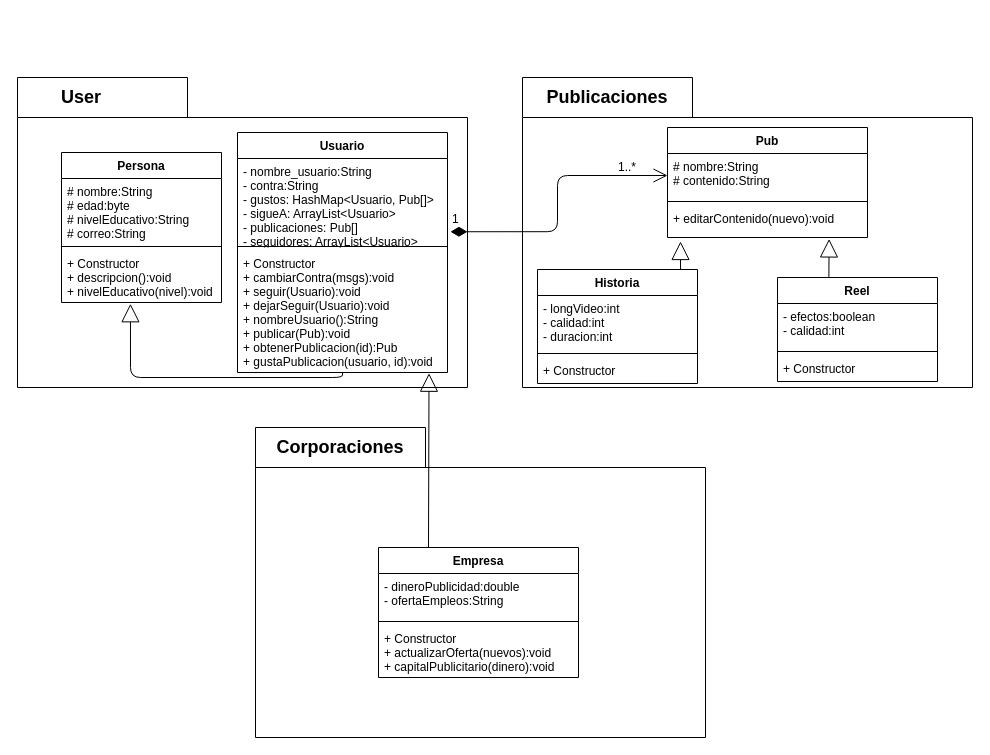
The draw.io diagram Retos/Reto4/TikzTak.drawio in jdarguello/Ciclo2_Java, before the edit. Source tidied: cells renumbered, new cells numbered last; positions are measured from the earlier drawing's top-left corner, leaving out a move shared by most shapes. Both pictures are drawn from the tidied source at 100%, with x=0, y=0 at pixel (17, 77).
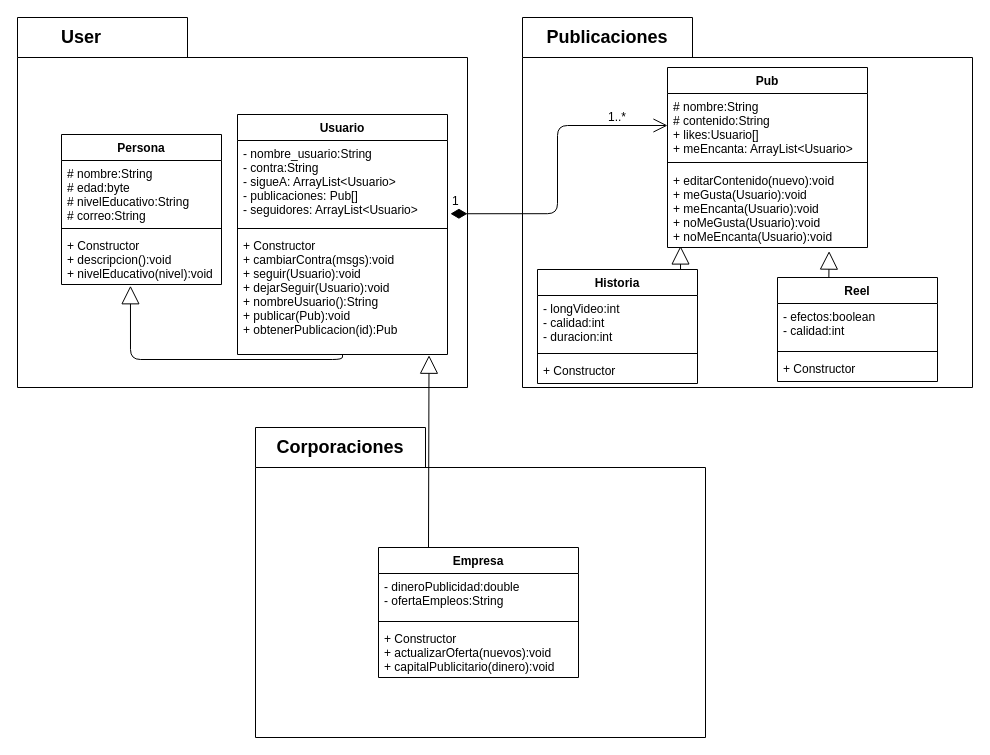
After the change.

Unchanged cells that the change refers to:
```xml
<mxCell id="6" value="+ Constructor&#10;+ descripcion():void&#10;+ nivelEducativo(nivel):void&#10;" style="text;strokeColor=none;fillColor=none;align=left;verticalAlign=top;spacingLeft=4;spacingRight=4;overflow=hidden;points=[[0,0.5],[1,0.5]];portConstraint=eastwest;" parent="3" vertex="1">
  <mxGeometry y="98" width="160" height="52" as="geometry" />
</mxCell>
<mxCell id="22" value="Historia" style="swimlane;fontStyle=1;align=center;verticalAlign=top;horizontal=1;startSize=26;fontSize=12;" parent="1" vertex="1">
  <mxGeometry x="520" y="192" width="160" height="114" as="geometry" />
</mxCell>
```

Change to the diagram source:
```diff
@@
     <mxCell id="2" style="shape=folder;fontStyle=1;spacingTop=10;tabWidth=170;tabHeight=40;tabPosition=left;html=1;" parent="1" vertex="1">
-      <mxGeometry width="450" height="310" as="geometry" />
+      <mxGeometry y="-60" width="450" height="370" as="geometry" />
     </mxCell>
     <mxCell id="3" value="Persona" style="swimlane;fontStyle=1;align=center;verticalAlign=top;horizontal=1;startSize=26;" parent="1" vertex="1">
-      <mxGeometry x="44" y="75" width="160" height="150" as="geometry" />
+      <mxGeometry x="44" y="57" width="160" height="150" as="geometry" />
     </mxCell>
@@
     <mxCell id="7" value="Usuario" style="swimlane;fontStyle=1;align=center;verticalAlign=top;horizontal=1;startSize=26;" parent="1" vertex="1">
-      <mxGeometry x="220" y="55" width="210" height="240" as="geometry" />
+      <mxGeometry x="220" y="37" width="210" height="240" as="geometry" />
     </mxCell>
-    <mxCell id="8" value="- nombre_usuario:String&#10;- contra:String&#10;- gustos: HashMap&lt;Usuario, Pub[]&gt;&#10;- sigueA: ArrayList&lt;Usuario&gt;&#10;- publicaciones: Pub[]&#10;- seguidores: ArrayList&lt;Usuario&gt;&#10;&#10;&#10;" style="text;strokeColor=none;fillColor=none;align=left;verticalAlign=top;spacingLeft=4;spacingRight=4;overflow=hidden;points=[[0,0.5],[1,0.5]];portConstraint=eastwest;" parent="7" vertex="1">
+    <mxCell id="8" value="- nombre_usuario:String&#10;- contra:String&#10;- sigueA: ArrayList&lt;Usuario&gt;&#10;- publicaciones: Pub[]&#10;- seguidores: ArrayList&lt;Usuario&gt;&#10;&#10;&#10;" style="text;strokeColor=none;fillColor=none;align=left;verticalAlign=top;spacingLeft=4;spacingRight=4;overflow=hidden;points=[[0,0.5],[1,0.5]];portConstraint=eastwest;" parent="7" vertex="1">
       <mxGeometry y="26" width="210" height="84" as="geometry" />
     </mxCell>
@@
-    <mxCell id="10" value="+ Constructor&#10;+ cambiarContra(msgs):void&#10;+ seguir(Usuario):void&#10;+ dejarSeguir(Usuario):void&#10;+ nombreUsuario():String&#10;+ publicar(Pub):void&#10;+ obtenerPublicacion(id):Pub&#10;+ gustaPublicacion(usuario, id):void&#10;" style="text;strokeColor=none;fillColor=none;align=left;verticalAlign=top;spacingLeft=4;spacingRight=4;overflow=hidden;points=[[0,0.5],[1,0.5]];portConstraint=eastwest;" parent="7" vertex="1">
+    <mxCell id="10" value="+ Constructor&#10;+ cambiarContra(msgs):void&#10;+ seguir(Usuario):void&#10;+ dejarSeguir(Usuario):void&#10;+ nombreUsuario():String&#10;+ publicar(Pub):void&#10;+ obtenerPublicacion(id):Pub&#10;" style="text;strokeColor=none;fillColor=none;align=left;verticalAlign=top;spacingLeft=4;spacingRight=4;overflow=hidden;points=[[0,0.5],[1,0.5]];portConstraint=eastwest;" parent="7" vertex="1">
       <mxGeometry y="118" width="210" height="122" as="geometry" />
     </mxCell>
     <mxCell id="11" style="endArrow=block;endSize=16;endFill=0;html=1;entryX=0.431;entryY=1.024;entryDx=0;entryDy=0;entryPerimeter=0;exitX=0.5;exitY=1;exitDx=0;exitDy=0;" parent="1" edge="1" source="7" target="6">
       <mxGeometry relative="1" as="geometry">
         <Array as="points">
-          <mxPoint x="325" y="300" />
-          <mxPoint x="113" y="300" />
+          <mxPoint x="325" y="282" />
+          <mxPoint x="113" y="282" />
         </Array>
       </mxGeometry>
     </mxCell>
     <mxCell id="12" value="User" style="text;html=1;strokeColor=none;fillColor=none;align=center;verticalAlign=middle;whiteSpace=wrap;rounded=0;fontStyle=1;fontSize=18;" parent="1" vertex="1">
-      <mxGeometry x="44" y="10" width="40" height="20" as="geometry" />
+      <mxGeometry x="44" y="-50" width="40" height="20" as="geometry" />
     </mxCell>
     <mxCell id="13" style="shape=folder;fontStyle=1;spacingTop=10;tabWidth=170;tabHeight=40;tabPosition=left;html=1;" parent="1" vertex="1">
-      <mxGeometry x="505" width="450" height="310" as="geometry" />
+      <mxGeometry x="505" y="-60" width="450" height="370" as="geometry" />
     </mxCell>
     <mxCell id="14" value="&lt;font style=&quot;font-size: 18px&quot;&gt;&lt;b&gt;Publicaciones&lt;/b&gt;&lt;/font&gt;" style="text;html=1;strokeColor=none;fillColor=none;align=center;verticalAlign=middle;whiteSpace=wrap;rounded=0;fontSize=18;" parent="1" vertex="1">
-      <mxGeometry x="570" y="10" width="40" height="20" as="geometry" />
+      <mxGeometry x="570" y="-50" width="40" height="20" as="geometry" />
     </mxCell>
     <mxCell id="15" value="Pub" style="swimlane;fontStyle=1;align=center;verticalAlign=top;horizontal=1;startSize=26;fontSize=12;" parent="1" vertex="1">
-      <mxGeometry x="650" y="50" width="200" height="110" as="geometry" />
+      <mxGeometry x="650" y="-10" width="200" height="180" as="geometry" />
     </mxCell>
-    <mxCell id="16" value="# nombre:String&#10;# contenido:String&#10;" style="text;strokeColor=none;fillColor=none;align=left;verticalAlign=top;spacingLeft=4;spacingRight=4;overflow=hidden;points=[[0,0.5],[1,0.5]];portConstraint=eastwest;" parent="15" vertex="1">
-      <mxGeometry y="26" width="200" height="44" as="geometry" />
+    <mxCell id="16" value="# nombre:String&#10;# contenido:String&#10;+ likes:Usuario[]&#10;+ meEncanta: ArrayList&lt;Usuario&gt;&#10;" style="text;strokeColor=none;fillColor=none;align=left;verticalAlign=top;spacingLeft=4;spacingRight=4;overflow=hidden;points=[[0,0.5],[1,0.5]];portConstraint=eastwest;" parent="15" vertex="1">
+      <mxGeometry y="26" width="200" height="64" as="geometry" />
     </mxCell>
     <mxCell id="17" style="line;strokeWidth=1;fillColor=none;align=left;verticalAlign=middle;spacingTop=-1;spacingLeft=3;spacingRight=3;labelPosition=right;" parent="15" vertex="1">
-      <mxGeometry y="70" width="200" height="8" as="geometry" />
+      <mxGeometry y="90" width="200" height="10" as="geometry" />
     </mxCell>
-    <mxCell id="18" value="+ editarContenido(nuevo):void&#10;" style="text;strokeColor=none;fillColor=none;align=left;verticalAlign=top;spacingLeft=4;spacingRight=4;overflow=hidden;points=[[0,0.5],[1,0.5]];portConstraint=eastwest;" parent="15" vertex="1">
-      <mxGeometry y="78" width="200" height="32" as="geometry" />
+    <mxCell id="18" value="+ editarContenido(nuevo):void&#10;+ meGusta(Usuario):void&#10;+ meEncanta(Usuario):void&#10;+ noMeGusta(Usuario):void&#10;+ noMeEncanta(Usuario):void&#10;&#10;" style="text;strokeColor=none;fillColor=none;align=left;verticalAlign=top;spacingLeft=4;spacingRight=4;overflow=hidden;points=[[0,0.5],[1,0.5]];portConstraint=eastwest;" parent="15" vertex="1">
+      <mxGeometry y="100" width="200" height="80" as="geometry" />
     </mxCell>
@@
     <mxCell id="20" value="1..*" style="text;html=1;strokeColor=none;fillColor=none;align=center;verticalAlign=middle;whiteSpace=wrap;rounded=0;fontSize=12;" parent="1" vertex="1">
-      <mxGeometry x="590" y="80" width="40" height="20" as="geometry" />
+      <mxGeometry x="580" y="30" width="40" height="20" as="geometry" />
     </mxCell>
@@
-    <mxCell id="26" style="endArrow=block;endSize=16;endFill=0;html=1;fontSize=12;exitX=0.894;exitY=0;exitDx=0;exitDy=0;exitPerimeter=0;" parent="1" edge="1" source="22">
-      <mxGeometry relative="1" as="geometry">
-        <mxPoint x="663" y="164" as="targetPoint" />
-      </mxGeometry>
+    <mxCell id="26" style="endArrow=block;endSize=16;endFill=0;html=1;fontSize=12;exitX=0.894;exitY=0;exitDx=0;exitDy=0;exitPerimeter=0;entryX=0.065;entryY=0.981;entryDx=0;entryDy=0;entryPerimeter=0;" parent="1" edge="1" source="22" target="18">
+      <mxGeometry relative="1" as="geometry" />
     </mxCell>
```
